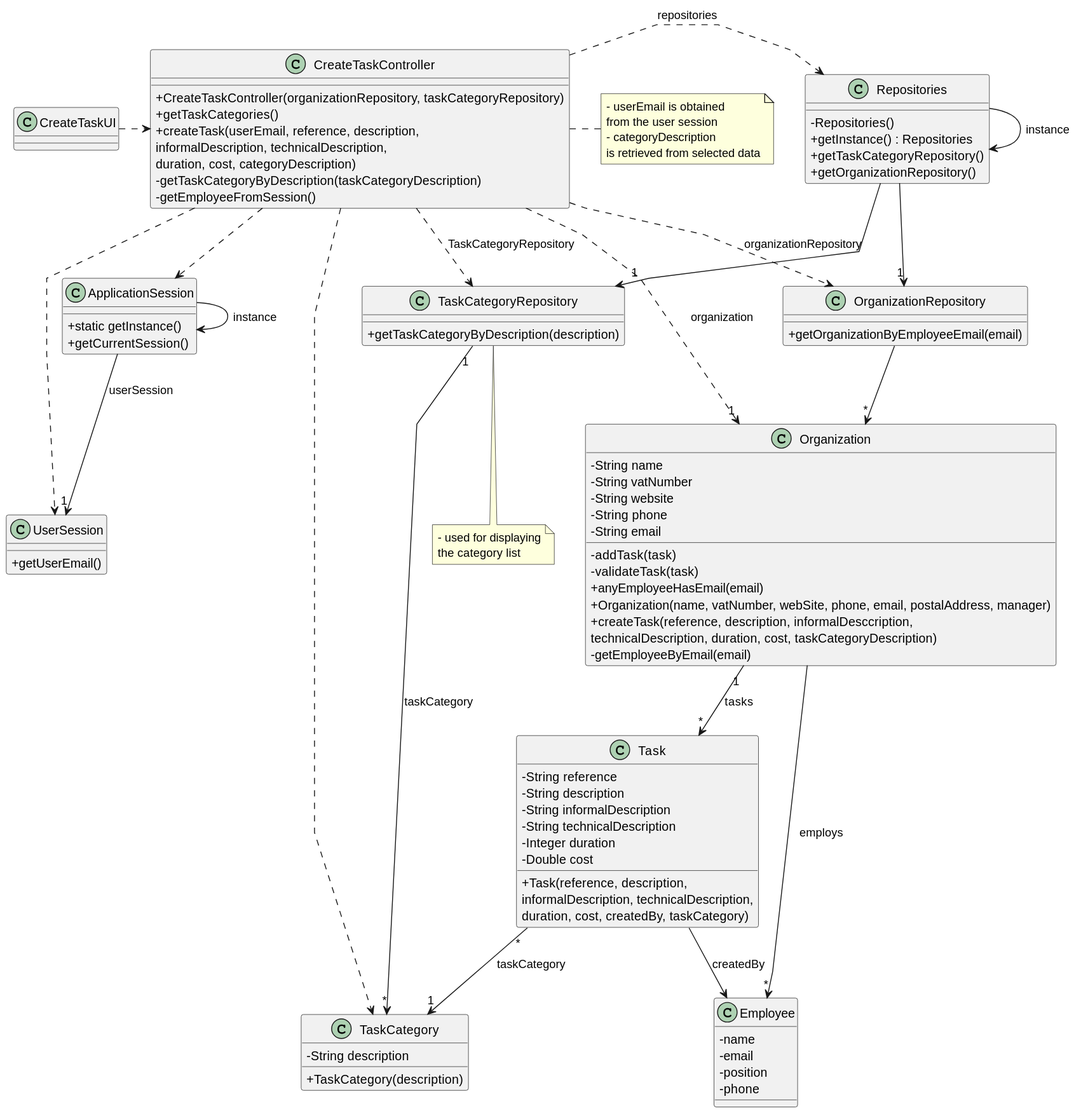
Above: docs/sprint2/us001/03.design/svg/us001-class-diagram.svg in 1231360-ISEP/lei-24-s2-1db-g021 (PlantUML), before the change. Source of this version:
```plantuml
@startuml
skinparam packageStyle rectangle
skinparam shadowing false
skinparam linetype polyline

skinparam classAttributeIconSize 0


class ApplicationSession
{
    + static getInstance()
    + getCurrentSession()
}

class UserSession
{
    + getUserEmail()
}

class Employee {
    - name
    - email
    - position
    - phone
}

class Task {
    - String reference
    - String description
    - String informalDescription
    - String technicalDescription
    - Integer duration
    - Double cost

    + Task(reference, description,\ninformalDescription, technicalDescription,\nduration, cost, createdBy, taskCategory)
}

class TaskCategory {
    - String description

    + TaskCategory(description)
}

class Organization {
    - String name
    - String vatNumber
    - String website
    - String phone
    - String email

    - addTask(task)
    - validateTask(task)
    + anyEmployeeHasEmail(email)
    + Organization(name, vatNumber, webSite, phone, email, postalAddress, manager)
    + createTask(reference, description, informalDesccription,\ntechnicalDescription, duration, cost, taskCategoryDescription)
    - getEmployeeByEmail(email)

}

class TaskCategoryRepository {
    + getTaskCategoryByDescription(description)
}

class OrganizationRepository {
    + getOrganizationByEmployeeEmail(email)
}

class Repositories {
    - Repositories()
    + getInstance() : Repositories
    + getTaskCategoryRepository()
    + getOrganizationRepository()
}

class CreateTaskController {
    + CreateTaskController(organizationRepository, taskCategoryRepository)
    + getTaskCategories()
    + createTask(userEmail, reference, description,\ninformalDescription, technicalDescription,\nduration, cost, categoryDescription)
    - getTaskCategoryByDescription(taskCategoryDescription)
    - getEmployeeFromSession()
}

note right of CreateTaskController
    - userEmail is obtained
    from the user session
    - categoryDescription
    is retrieved from selected data
end note

note bottom of TaskCategoryRepository
    - used for displaying
    the category list
end note

class CreateTaskUI {
}

Repositories -> Repositories : instance
ApplicationSession -> ApplicationSession : instance

CreateTaskUI .> CreateTaskController

CreateTaskController .> Repositories : repositories

Repositories -> "1" TaskCategoryRepository

CreateTaskController ..> TaskCategory
CreateTaskController ..> OrganizationRepository : organizationRepository
CreateTaskController ..> TaskCategoryRepository : TaskCategoryRepository

Repositories --> "1" OrganizationRepository

OrganizationRepository --> "*" Organization
ApplicationSession --> "1" UserSession : userSession

CreateTaskController ..> "1" Organization : organization
CreateTaskController ..> ApplicationSession
CreateTaskController ..> UserSession
Task "*" --> "1" TaskCategory : taskCategory
TaskCategoryRepository "1" --> "*" TaskCategory : taskCategory
Organization "1" --> "*" Task : tasks
Task --> Employee : createdBy

Organization --> "*" Employee : employs
@enduml
```
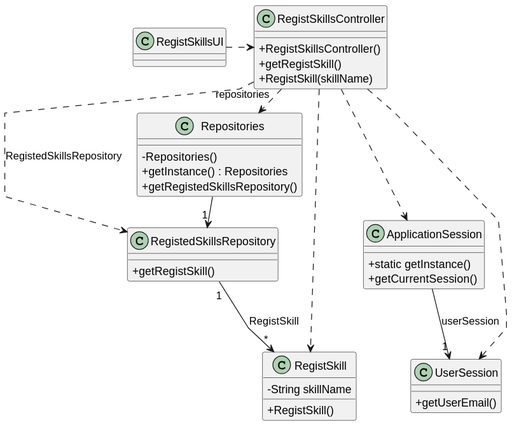
The same diagram one commit later.

Commit message:
Update US01 - Sequence Diagrams, Class Diagram and SVG´s

What changed in the source:
```diff
@@ -2,9 +2,7 @@
 skinparam packageStyle rectangle
 skinparam shadowing false
 skinparam linetype polyline
-
 skinparam classAttributeIconSize 0
-
 
 class ApplicationSession
 {
@@ -17,109 +15,43 @@
     + getUserEmail()
 }
 
-class Employee {
-    - name
-    - email
-    - position
-    - phone
+class RegistSkill {
+    - String skillName
+    + RegistSkill()
 }
 
-class Task {
-    - String reference
-    - String description
-    - String informalDescription
-    - String technicalDescription
-    - Integer duration
-    - Double cost
-
-    + Task(reference, description,\ninformalDescription, technicalDescription,\nduration, cost, createdBy, taskCategory)
-}
-
-class TaskCategory {
-    - String description
-
-    + TaskCategory(description)
-}
-
-class Organization {
-    - String name
-    - String vatNumber
-    - String website
-    - String phone
-    - String email
-
-    - addTask(task)
-    - validateTask(task)
-    + anyEmployeeHasEmail(email)
-    + Organization(name, vatNumber, webSite, phone, email, postalAddress, manager)
-    + createTask(reference, description, informalDesccription,\ntechnicalDescription, duration, cost, taskCategoryDescription)
-    - getEmployeeByEmail(email)
-
-}
-
-class TaskCategoryRepository {
-    + getTaskCategoryByDescription(description)
-}
-
-class OrganizationRepository {
-    + getOrganizationByEmployeeEmail(email)
+class RegistedSkillsRepository {
+    + getRegistSkill()
 }
 
 class Repositories {
     - Repositories()
     + getInstance() : Repositories
-    + getTaskCategoryRepository()
-    + getOrganizationRepository()
+    + getRegistedSkillsRepository()
 }
 
-class CreateTaskController {
-    + CreateTaskController(organizationRepository, taskCategoryRepository)
-    + getTaskCategories()
-    + createTask(userEmail, reference, description,\ninformalDescription, technicalDescription,\nduration, cost, categoryDescription)
-    - getTaskCategoryByDescription(taskCategoryDescription)
-    - getEmployeeFromSession()
+class RegistSkillsController {
+    + RegistSkillsController()
+    + getRegistSkill()
+    + RegistSkill(skillName)
 }
 
-note right of CreateTaskController
-    - userEmail is obtained
-    from the user session
-    - categoryDescription
-    is retrieved from selected data
-end note
-
-note bottom of TaskCategoryRepository
-    - used for displaying
-    the category list
-end note
-
-class CreateTaskUI {
+class RegistSkillsUI {
 }
 
-Repositories -> Repositories : instance
-ApplicationSession -> ApplicationSession : instance
+RegistSkillsUI .> RegistSkillsController
 
-CreateTaskUI .> CreateTaskController
+RegistSkillsController .> Repositories : repositories
 
-CreateTaskController .> Repositories : repositories
+Repositories -> "1" RegistedSkillsRepository
 
-Repositories -> "1" TaskCategoryRepository
+RegistSkillsController ..> RegistSkill
+RegistSkillsController ..> RegistedSkillsRepository : RegistedSkillsRepository
 
-CreateTaskController ..> TaskCategory
-CreateTaskController ..> OrganizationRepository : organizationRepository
-CreateTaskController ..> TaskCategoryRepository : TaskCategoryRepository
 
-Repositories --> "1" OrganizationRepository
-
-OrganizationRepository --> "*" Organization
 ApplicationSession --> "1" UserSession : userSession
 
-CreateTaskController ..> "1" Organization : organization
-CreateTaskController ..> ApplicationSession
-CreateTaskController ..> UserSession
-Task "*" --> "1" TaskCategory : taskCategory
-TaskCategoryRepository "1" --> "*" TaskCategory : taskCategory
-Organization "1" --> "*" Task : tasks
-Task --> Employee : createdBy
-
-Organization --> "*" Employee : employs
+RegistSkillsController ..> ApplicationSession
+RegistSkillsController ..> UserSession
+RegistedSkillsRepository "1" --> "*" RegistSkill : RegistSkill
 @enduml
```
